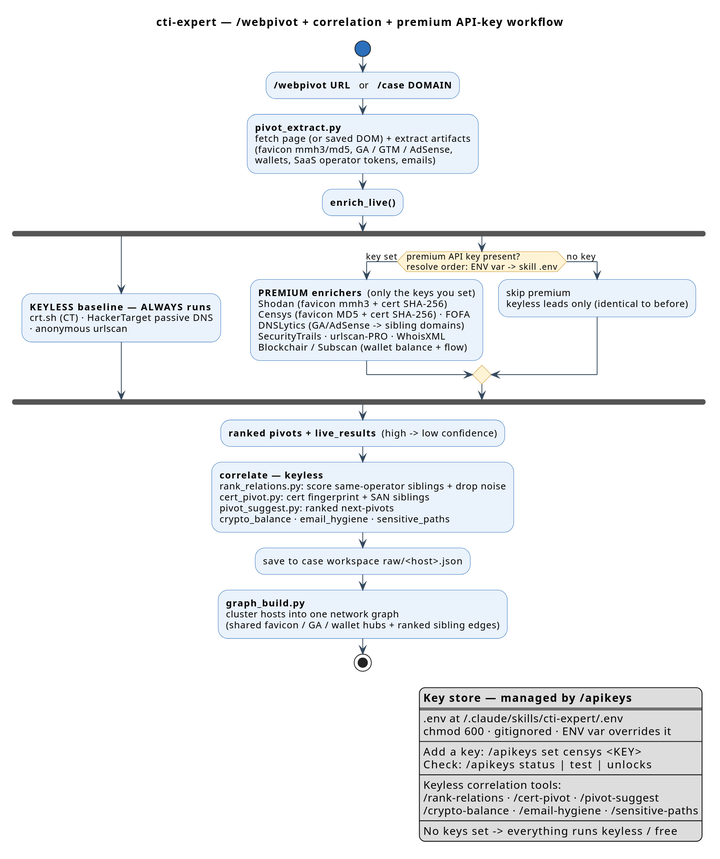
Above: assets/workflow-apikeys.svg in 7onez/cti-expert (PlantUML), before the change.
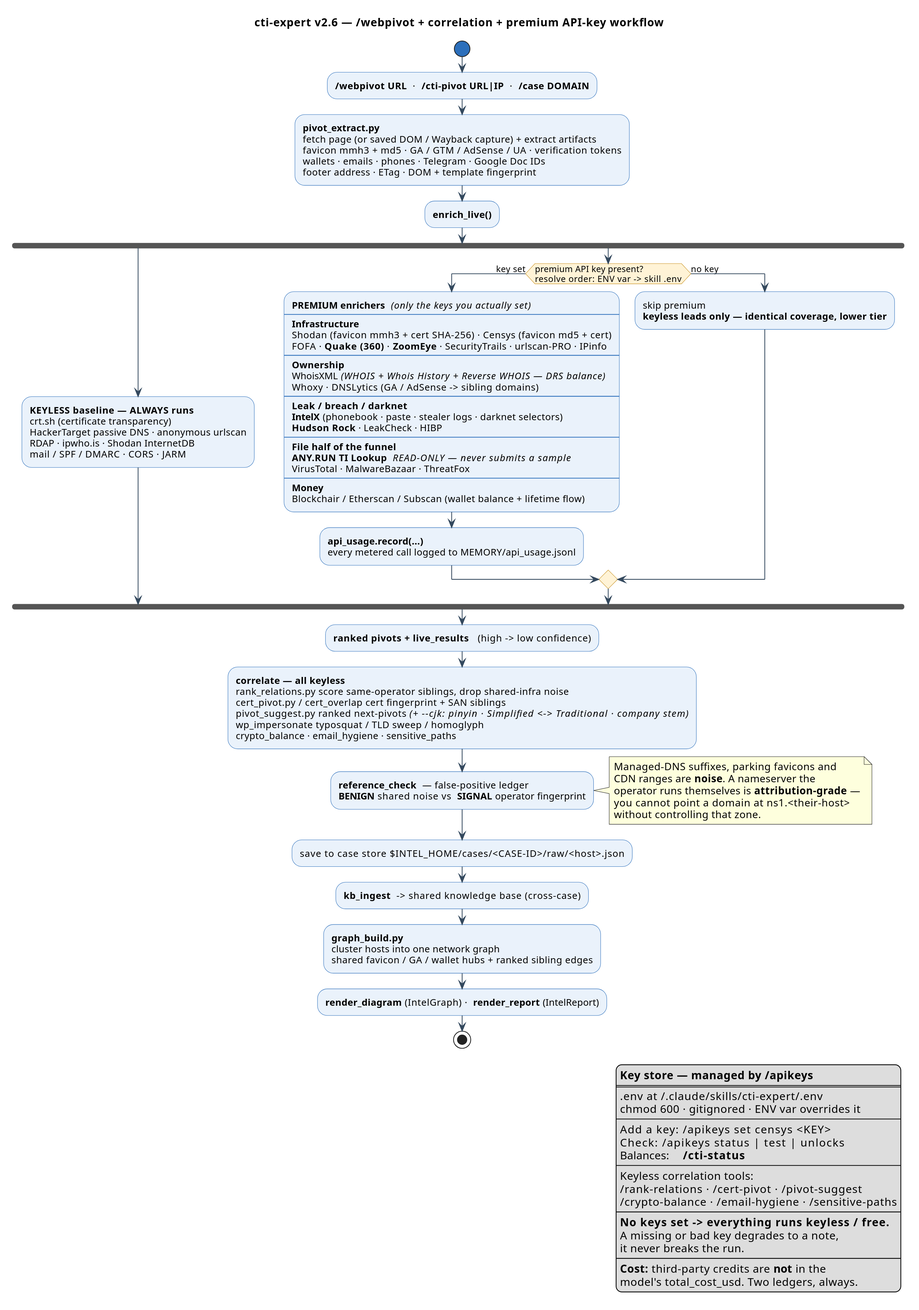
Above is the later version.

Commit message:
docs(readme): add sponsors banner; rebuild workflow diagrams to SVG

The edit, as a diff of the source:
```diff
@@ -1,5 +1,5 @@
 @startuml
-title cti-expert — /webpivot + correlation + premium API-key workflow
+title cti-expert v2.6 — /webpivot + correlation + premium API-key workflow
 skinparam shadowing false
 skinparam dpi 150
 skinparam defaultFontName "Segoe UI"
@@ -14,24 +14,62 @@
 }
 
 start
-:**/webpivot URL**   or   **/case DOMAIN**;
-:**pivot_extract.py**\nfetch page (or saved DOM) + extract artifacts\n(favicon mmh3/md5, GA / GTM / AdSense,\nwallets, SaaS operator tokens, emails);
+:**/webpivot URL**  ·  **/cti-pivot URL|IP**  ·  **/case DOMAIN**;
+:**pivot_extract.py**\nfetch page (or saved DOM / Wayback capture) + extract artifacts\nfavicon mmh3 + md5 · GA / GTM / AdSense / UA · verification tokens\nwallets · emails · phones · Telegram · Google Doc IDs\nfooter address · ETag · DOM + template fingerprint;
 :**enrich_live()**;
 
 fork
-  :**KEYLESS baseline — ALWAYS runs**\ncrt.sh (CT) · HackerTarget passive DNS\n· anonymous urlscan;
+  :**KEYLESS baseline — ALWAYS runs**\ncrt.sh (certificate transparency)\nHackerTarget passive DNS · anonymous urlscan\nRDAP · ipwho.is · Shodan InternetDB\nmail / SPF / DMARC · CORS · JARM;
 fork again
   if (premium API key present?\nresolve order: ENV var -> skill .env) then (key set)
-    :**PREMIUM enrichers**  (only the keys you set)\nShodan (favicon mmh3 + cert SHA-256)\nCensys (favicon MD5 + cert SHA-256) · FOFA\nDNSLytics (GA/AdSense -> sibling domains)\nSecurityTrails · urlscan-PRO · WhoisXML\nBlockchair / Subscan (wallet balance + flow);
+    :**PREMIUM enrichers**  //(only the keys you actually set)//
+    ----
+    **Infrastructure**
+    Shodan (favicon mmh3 + cert SHA-256) · Censys (favicon md5 + cert)
+    FOFA · **Quake (360)** · **ZoomEye** · SecurityTrails · urlscan-PRO · IPinfo
+    ----
+    **Ownership**
+    WhoisXML //(WHOIS + Whois History + Reverse WHOIS — DRS balance)//
+    Whoxy · DNSLytics (GA / AdSense -> sibling domains)
+    ----
+    **Leak / breach / darknet**
+    **IntelX** (phonebook · paste · stealer logs · darknet selectors)
+    **Hudson Rock** · LeakCheck · HIBP
+    ----
+    **File half of the funnel**
+    **ANY.RUN TI Lookup**  //READ-ONLY — never submits a sample//
+    VirusTotal · MalwareBazaar · ThreatFox
+    ----
+    **Money**
+    Blockchair / Etherscan / Subscan (wallet balance + lifetime flow);
+    :**api_usage.record(...)**\nevery metered call logged to MEMORY/api_usage.jsonl;
   else (no key)
-    :skip premium\nkeyless leads only (identical to before);
+    :skip premium\n**keyless leads only — identical coverage, lower tier**;
   endif
 end fork
 
-:**ranked pivots + live_results**  (high -> low confidence);
-:**correlate — keyless**\nrank_relations.py: score same-operator siblings + drop noise\ncert_pivot.py: cert fingerprint + SAN siblings\npivot_suggest.py: ranked next-pivots\ncrypto_balance · email_hygiene · sensitive_paths;
-:save to case workspace   raw/<host>.json;
-:**graph_build.py**\ncluster hosts into one network graph\n(shared favicon / GA / wallet hubs + ranked sibling edges);
+:**ranked pivots + live_results**   (high -> low confidence);
+
+:**correlate — all keyless**
+rank_relations.py  score same-operator siblings, drop shared-infra noise
+cert_pivot.py / cert_overlap  cert fingerprint + SAN siblings
+pivot_suggest.py  ranked next-pivots //(+ ~--cjk: pinyin · Simplified <-> Traditional · company stem)//
+wp_impersonate  typosquat / TLD sweep / homoglyph
+crypto_balance · email_hygiene · sensitive_paths;
+
+:**reference_check**  — false-positive ledger\n**BENIGN** shared noise  vs  **SIGNAL** operator fingerprint;
+note right
+  Managed-DNS suffixes, parking favicons and
+  CDN ranges are **noise**. A nameserver the
+  operator runs themselves is **attribution-grade** —
+  you cannot point a domain at ns1.<their-host>
+  without controlling that zone.
+end note
+
+:save to case store   $INTEL_HOME/cases/<CASE-ID>/raw/<host>.json;
+:**kb_ingest**  ->  shared knowledge base (cross-case);
+:**graph_build.py**\ncluster hosts into one network graph\nshared favicon / GA / wallet hubs + ranked sibling edges;
+:**render_diagram** (IntelGraph)  ·  **render_report** (IntelReport);
 stop
 
 legend right
@@ -42,11 +80,17 @@
   ----
   Add a key:   /apikeys set censys <KEY>
   Check:       /apikeys status | test | unlocks
+  Balances:    **/cti-status**
   ----
   Keyless correlation tools:
   /rank-relations · /cert-pivot · /pivot-suggest
   /crypto-balance · /email-hygiene · /sensitive-paths
   ----
-  No keys set  ->  everything runs keyless / free
+  **No keys set  ->  everything runs keyless / free.**
+  A missing or bad key degrades to a note,
+  it never breaks the run.
+  ----
+  **Cost:** third-party credits are **not** in the
+  model's total_cost_usd. Two ledgers, always.
 endlegend
 @enduml
```
